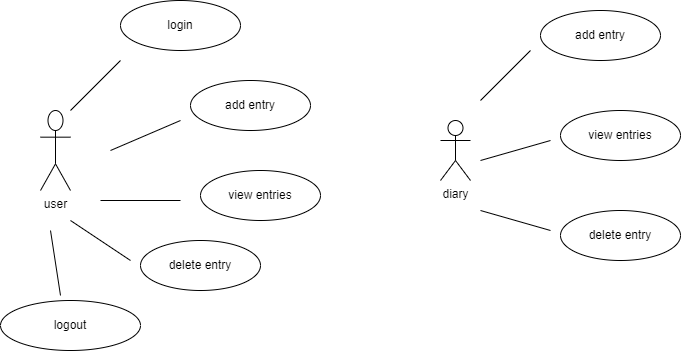
Above: Use case.drawio.png in Alph1ne/diary-app (draw.io), before the change. Source tidied: cells renumbered, new cells last; positions are measured from the earlier drawing's top-left corner, leaving out a move shared by most shapes. The source it was exported from:
```xml
<mxGraphModel>
  <root>
    <mxCell id="0" />
    <mxCell id="1" parent="0" />
    <mxCell id="2" value="user" style="shape=umlActor;verticalLabelPosition=bottom;verticalAlign=top;html=1;" parent="1" vertex="1">
      <mxGeometry x="40" y="110" width="30" height="80" as="geometry" />
    </mxCell>
    <mxCell id="3" value="view entries" style="ellipse;whiteSpace=wrap;html=1;" parent="1" vertex="1">
      <mxGeometry x="200" y="170" width="120" height="50" as="geometry" />
    </mxCell>
    <mxCell id="4" value="add entry" style="ellipse;whiteSpace=wrap;html=1;" parent="1" vertex="1">
      <mxGeometry x="190" y="80" width="120" height="50" as="geometry" />
    </mxCell>
    <mxCell id="5" value="login" style="ellipse;whiteSpace=wrap;html=1;" parent="1" vertex="1">
      <mxGeometry x="120" width="120" height="50" as="geometry" />
    </mxCell>
    <mxCell id="6" value="delete entry" style="ellipse;whiteSpace=wrap;html=1;" parent="1" vertex="1">
      <mxGeometry x="140" y="240" width="120" height="50" as="geometry" />
    </mxCell>
    <mxCell id="7" value="logout" style="ellipse;whiteSpace=wrap;html=1;" parent="1" vertex="1">
      <mxGeometry y="300" width="140" height="50" as="geometry" />
    </mxCell>
    <mxCell id="8" style="endArrow=none;html=1;rounded=0;" parent="1" edge="1">
      <mxGeometry relative="1" as="geometry">
        <mxPoint x="100" y="200" as="sourcePoint" />
        <mxPoint x="180" y="200" as="targetPoint" />
      </mxGeometry>
    </mxCell>
    <mxCell id="9" style="endArrow=none;html=1;rounded=0;" parent="1" edge="1">
      <mxGeometry relative="1" as="geometry">
        <mxPoint x="110" y="150" as="sourcePoint" />
        <mxPoint x="180" y="120" as="targetPoint" />
      </mxGeometry>
    </mxCell>
    <mxCell id="10" style="endArrow=none;html=1;rounded=0;" parent="1" edge="1">
      <mxGeometry relative="1" as="geometry">
        <mxPoint x="70" y="110" as="sourcePoint" />
        <mxPoint x="120" y="60" as="targetPoint" />
      </mxGeometry>
    </mxCell>
    <mxCell id="11" style="endArrow=none;html=1;rounded=0;" parent="1" edge="1">
      <mxGeometry relative="1" as="geometry">
        <mxPoint x="70" y="220" as="sourcePoint" />
        <mxPoint x="130" y="260" as="targetPoint" />
      </mxGeometry>
    </mxCell>
    <mxCell id="12" style="endArrow=none;html=1;rounded=0;" parent="1" edge="1">
      <mxGeometry relative="1" as="geometry">
        <mxPoint x="60" y="295" as="sourcePoint" />
        <mxPoint x="50" y="230" as="targetPoint" />
      </mxGeometry>
    </mxCell>
    <mxCell id="13" value="diary" style="shape=umlActor;verticalLabelPosition=bottom;verticalAlign=top;html=1;" parent="1" vertex="1">
      <mxGeometry x="440" y="120" width="30" height="60" as="geometry" />
    </mxCell>
    <mxCell id="14" value="add entry" style="ellipse;whiteSpace=wrap;html=1;" parent="1" vertex="1">
      <mxGeometry x="540" y="10" width="120" height="50" as="geometry" />
    </mxCell>
    <mxCell id="15" value="view entries" style="ellipse;whiteSpace=wrap;html=1;" parent="1" vertex="1">
      <mxGeometry x="560" y="110" width="120" height="50" as="geometry" />
    </mxCell>
    <mxCell id="16" value="delete entry" style="ellipse;whiteSpace=wrap;html=1;" parent="1" vertex="1">
      <mxGeometry x="560" y="210" width="120" height="50" as="geometry" />
    </mxCell>
    <mxCell id="17" style="endArrow=none;html=1;rounded=0;" parent="1" edge="1">
      <mxGeometry relative="1" as="geometry">
        <mxPoint x="480" y="100" as="sourcePoint" />
        <mxPoint x="530" y="50" as="targetPoint" />
      </mxGeometry>
    </mxCell>
    <mxCell id="18" style="endArrow=none;html=1;rounded=0;" parent="1" edge="1">
      <mxGeometry relative="1" as="geometry">
        <mxPoint x="480" y="160" as="sourcePoint" />
        <mxPoint x="550" y="140" as="targetPoint" />
      </mxGeometry>
    </mxCell>
    <mxCell id="19" style="endArrow=none;html=1;rounded=0;" parent="1" edge="1">
      <mxGeometry relative="1" as="geometry">
        <mxPoint x="480" y="210" as="sourcePoint" />
        <mxPoint x="550" y="230" as="targetPoint" />
      </mxGeometry>
    </mxCell>
  </root>
</mxGraphModel>
```
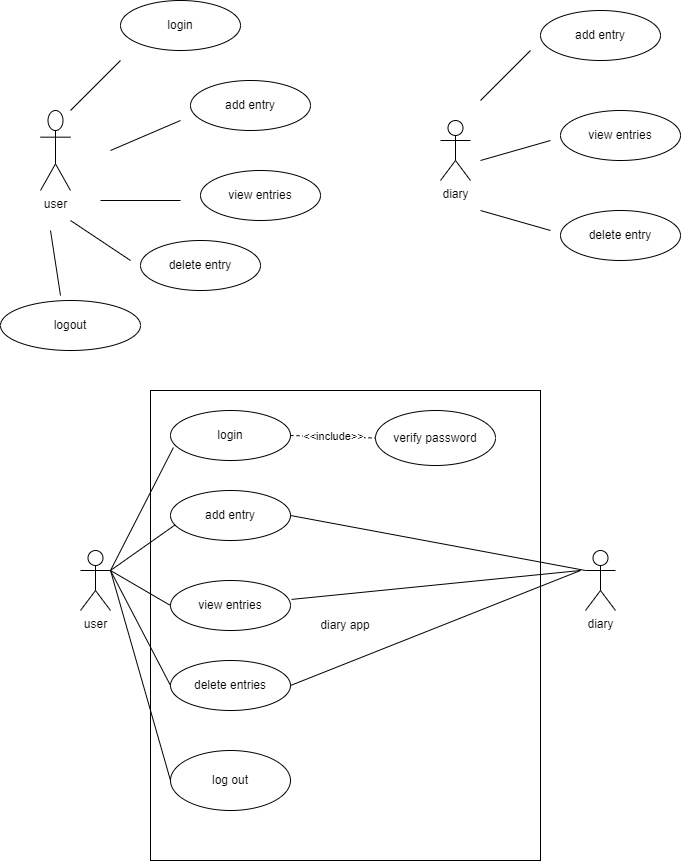
Above is the later version.

Change to the diagram source:
```diff
@@ -80,5 +80,71 @@
         <mxPoint x="550" y="230" as="targetPoint" />
       </mxGeometry>
     </mxCell>
+    <mxCell id="20" value="diary app" style="rounded=0;whiteSpace=wrap;html=1;" parent="1" vertex="1">
+      <mxGeometry x="150" y="390" width="390" height="470" as="geometry" />
+    </mxCell>
+    <mxCell id="21" value="user" style="shape=umlActor;verticalLabelPosition=bottom;verticalAlign=top;html=1;outlineConnect=0;" parent="1" vertex="1">
+      <mxGeometry x="80" y="550" width="30" height="60" as="geometry" />
+    </mxCell>
+    <mxCell id="22" value="login" style="ellipse;whiteSpace=wrap;html=1;" parent="1" vertex="1">
+      <mxGeometry x="170" y="410" width="120" height="50" as="geometry" />
+    </mxCell>
+    <mxCell id="23" value="add entry" style="ellipse;whiteSpace=wrap;html=1;" parent="1" vertex="1">
+      <mxGeometry x="170" y="490" width="120" height="50" as="geometry" />
+    </mxCell>
+    <mxCell id="24" value="view entries" style="ellipse;whiteSpace=wrap;html=1;" parent="1" vertex="1">
+      <mxGeometry x="170" y="580" width="120" height="50" as="geometry" />
+    </mxCell>
+    <mxCell id="25" value="delete entries" style="ellipse;whiteSpace=wrap;html=1;" parent="1" vertex="1">
+      <mxGeometry x="170" y="660" width="120" height="50" as="geometry" />
+    </mxCell>
+    <mxCell id="26" value="log out" style="ellipse;whiteSpace=wrap;html=1;" parent="1" vertex="1">
+      <mxGeometry x="170" y="750" width="120" height="60" as="geometry" />
+    </mxCell>
+    <mxCell id="27" style="endArrow=none;html=1;rounded=0;entryX=0.024;entryY=0.742;entryDx=0;entryDy=0;entryPerimeter=0;" parent="1" edge="1" target="22">
+      <mxGeometry relative="1" as="geometry">
+        <mxPoint x="110" y="570" as="sourcePoint" />
+      </mxGeometry>
+    </mxCell>
+    <mxCell id="28" style="endArrow=none;html=1;rounded=0;entryX=0.039;entryY=0.687;entryDx=0;entryDy=0;entryPerimeter=0;" parent="1" edge="1" target="23">
+      <mxGeometry relative="1" as="geometry">
+        <mxPoint x="110" y="570" as="sourcePoint" />
+      </mxGeometry>
+    </mxCell>
+    <mxCell id="29" style="endArrow=none;html=1;rounded=0;exitX=1;exitY=0.3333333333333333;exitDx=0;exitDy=0;exitPerimeter=0;entryX=0;entryY=0.5;entryDx=0;entryDy=0;" parent="1" edge="1" source="21" target="24">
+      <mxGeometry relative="1" as="geometry" />
+    </mxCell>
+    <mxCell id="30" style="endArrow=none;html=1;rounded=0;entryX=0;entryY=0.5;entryDx=0;entryDy=0;" parent="1" edge="1" target="25">
+      <mxGeometry relative="1" as="geometry">
+        <mxPoint x="110" y="570" as="sourcePoint" />
+      </mxGeometry>
+    </mxCell>
+    <mxCell id="31" style="endArrow=none;html=1;rounded=0;entryX=0;entryY=0.5;entryDx=0;entryDy=0;" parent="1" edge="1" target="26">
+      <mxGeometry relative="1" as="geometry">
+        <mxPoint x="110" y="570" as="sourcePoint" />
+      </mxGeometry>
+    </mxCell>
+    <mxCell id="32" value="verify password" style="ellipse;whiteSpace=wrap;html=1;" parent="1" vertex="1">
+      <mxGeometry x="375" y="410" width="120" height="55" as="geometry" />
+    </mxCell>
+    <mxCell id="33" value="&amp;lt;&amp;lt;include&amp;gt;&amp;gt;" style="endArrow=none;dashed=1;html=1;rounded=0;entryX=0;entryY=0.5;entryDx=0;entryDy=0;exitX=1;exitY=0.5;exitDx=0;exitDy=0;" parent="1" edge="1" source="22" target="32">
+      <mxGeometry relative="1" as="geometry" />
+    </mxCell>
+    <mxCell id="34" value="diary" style="shape=umlActor;verticalLabelPosition=bottom;verticalAlign=top;html=1;outlineConnect=0;" parent="1" vertex="1">
+      <mxGeometry x="585" y="550" width="30" height="60" as="geometry" />
+    </mxCell>
+    <mxCell id="35" style="endArrow=none;html=1;rounded=0;entryX=0;entryY=0.3333333333333333;entryDx=0;entryDy=0;entryPerimeter=0;exitX=1;exitY=0.5;exitDx=0;exitDy=0;" parent="1" edge="1" source="23" target="34">
+      <mxGeometry relative="1" as="geometry" />
+    </mxCell>
+    <mxCell id="36" style="endArrow=none;html=1;rounded=0;exitX=1.009;exitY=0.378;exitDx=0;exitDy=0;exitPerimeter=0;" parent="1" edge="1" source="24">
+      <mxGeometry relative="1" as="geometry">
+        <mxPoint x="580" y="570" as="targetPoint" />
+      </mxGeometry>
+    </mxCell>
+    <mxCell id="37" style="endArrow=none;html=1;rounded=0;exitX=1;exitY=0.5;exitDx=0;exitDy=0;" parent="1" edge="1" source="25">
+      <mxGeometry relative="1" as="geometry">
+        <mxPoint x="580" y="570" as="targetPoint" />
+      </mxGeometry>
+    </mxCell>
   </root>
 </mxGraphModel>
```
